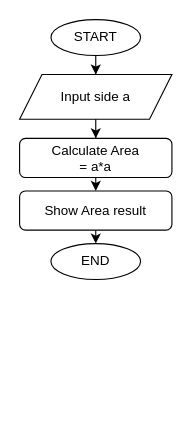
The draw.io diagram DATA STRUCTURE AND  ALGORITHM/1.08 Cost of Fence .drawio in buicaothe/PYTHON, before the edit. Source tidied: cells renumbered, new cells numbered last; positions are measured from the earlier drawing's top-left corner, leaving out a move shared by most shapes. Both pictures are drawn from the tidied source at 112%, with x=0, y=0 at pixel (19, 19).
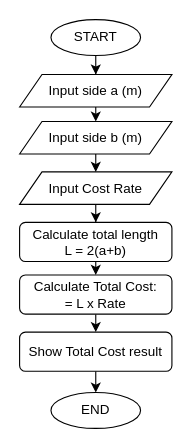
The same diagram, later.

Diff of the diagram source:
```diff
@@
 <mxGraphModel>
   <root>
     <mxCell id="0" />
     <mxCell id="1" parent="0" />
     <mxCell id="2" style="edgeStyle=orthogonalEdgeStyle;rounded=0;jettySize=auto;html=1;entryX=0.5;entryY=0;entryDx=0;entryDy=0;" parent="1" edge="1" source="3" target="5">
       <mxGeometry relative="1" as="geometry" />
     </mxCell>
     <mxCell id="3" value="START" style="ellipse;whiteSpace=wrap;html=1;shapeInside=1;" parent="1" vertex="1">
       <mxGeometry x="28" width="80" height="32" as="geometry" />
     </mxCell>
-    <mxCell id="4" style="edgeStyle=orthogonalEdgeStyle;rounded=0;jettySize=auto;html=1;" parent="1" edge="1" source="5" target="11">
-      <mxGeometry relative="1" as="geometry" />
-    </mxCell>
+    <mxCell id="12" style="edgeStyle=orthogonalEdgeStyle;rounded=0;jettySize=auto;html=1;exitX=0.5;exitY=1;exitDx=0;exitDy=0;entryX=0.5;entryY=0;entryDx=0;entryDy=0;" parent="1" edge="1" source="5" target="14">
+      <mxGeometry relative="1" as="geometry" />
+    </mxCell>
-    <mxCell id="5" value="Input side a" style="shape=parallelogram;perimeter=parallelogramPerimeter;whiteSpace=wrap;html=1;shapeInside=1;fixedSize=1;" parent="1" vertex="1">
-      <mxGeometry y="49" width="136" height="40" as="geometry" />
+    <mxCell id="5" value="Input side a (m)" style="shape=parallelogram;perimeter=parallelogramPerimeter;whiteSpace=wrap;html=1;shapeInside=1;fixedSize=1;" parent="1" vertex="1">
+      <mxGeometry y="49" width="136" height="29" as="geometry" />
     </mxCell>
     <mxCell id="6" style="edgeStyle=orthogonalEdgeStyle;rounded=0;orthogonalLoop=1;jettySize=auto;html=1;innerLoopWaypoints=1;exitX=0.5;exitY=1;exitDx=0;exitDy=0;" parent="1" edge="1">
       <mxGeometry relative="1" as="geometry">
-        <mxPoint x="68" y="94" as="sourcePoint" />
-        <mxPoint x="68" y="94" as="targetPoint" />
+        <mxPoint x="68" y="227" as="sourcePoint" />
+        <mxPoint x="68" y="227" as="targetPoint" />
       </mxGeometry>
     </mxCell>
     <mxCell id="7" style="edgeStyle=orthogonalEdgeStyle;rounded=0;jettySize=auto;html=1;exitX=0.5;exitY=1;exitDx=0;exitDy=0;" parent="1" edge="1" source="8">
       <mxGeometry relative="1" as="geometry">
-        <mxPoint x="68" y="200" as="targetPoint" />
+        <mxPoint x="68" y="333" as="targetPoint" />
       </mxGeometry>
     </mxCell>
-    <mxCell id="8" value="Show Area result" style="rounded=1;whiteSpace=wrap;html=1;" parent="1" vertex="1">
-      <mxGeometry y="153" width="136" height="35" as="geometry" />
+    <mxCell id="8" value="Show Total Cost result" style="rounded=1;whiteSpace=wrap;html=1;" parent="1" vertex="1">
+      <mxGeometry y="279" width="136" height="35" as="geometry" />
     </mxCell>
     <mxCell id="9" value="END" style="ellipse;whiteSpace=wrap;html=1;shapeInside=1;" parent="1" vertex="1">
-      <mxGeometry x="28" y="200" width="80" height="32" as="geometry" />
+      <mxGeometry x="28" y="333" width="80" height="32" as="geometry" />
     </mxCell>
     <mxCell id="10" style="edgeStyle=orthogonalEdgeStyle;rounded=0;jettySize=auto;html=1;exitX=0.5;exitY=1;exitDx=0;exitDy=0;entryX=0.5;entryY=0;entryDx=0;entryDy=0;" parent="1" edge="1" source="11" target="8">
       <mxGeometry relative="1" as="geometry" />
     </mxCell>
-    <mxCell id="11" value="Calculate Area&lt;br&gt;&lt;div&gt;= a*a&lt;/div&gt;" style="rounded=1;whiteSpace=wrap;html=1;" parent="1" vertex="1">
-      <mxGeometry y="106" width="136" height="35" as="geometry" />
+    <mxCell id="11" value="Calculate Total Cost:&lt;div&gt;= L x Rate&lt;/div&gt;" style="rounded=1;whiteSpace=wrap;html=1;" parent="1" vertex="1">
+      <mxGeometry y="228" width="136" height="35" as="geometry" />
     </mxCell>
+    <mxCell id="13" style="edgeStyle=orthogonalEdgeStyle;rounded=0;jettySize=auto;html=1;exitX=0.5;exitY=1;exitDx=0;exitDy=0;entryX=0.5;entryY=0;entryDx=0;entryDy=0;" parent="1" edge="1" source="14" target="16">
+      <mxGeometry relative="1" as="geometry" />
+    </mxCell>
+    <mxCell id="14" value="Input side b (m)" style="shape=parallelogram;perimeter=parallelogramPerimeter;whiteSpace=wrap;html=1;shapeInside=1;fixedSize=1;" parent="1" vertex="1">
+      <mxGeometry y="91" width="136" height="29" as="geometry" />
+    </mxCell>
+    <mxCell id="15" style="edgeStyle=orthogonalEdgeStyle;rounded=0;jettySize=auto;html=1;" parent="1" edge="1" source="16" target="18">
+      <mxGeometry relative="1" as="geometry" />
+    </mxCell>
+    <mxCell id="16" value="Input Cost Rate" style="shape=parallelogram;perimeter=parallelogramPerimeter;whiteSpace=wrap;html=1;shapeInside=1;fixedSize=1;" parent="1" vertex="1">
+      <mxGeometry y="136" width="136" height="29" as="geometry" />
+    </mxCell>
+    <mxCell id="17" style="edgeStyle=orthogonalEdgeStyle;rounded=0;jettySize=auto;html=1;exitX=0.5;exitY=1;exitDx=0;exitDy=0;entryX=0.5;entryY=0;entryDx=0;entryDy=0;" parent="1" edge="1" source="18" target="11">
+      <mxGeometry relative="1" as="geometry" />
+    </mxCell>
+    <mxCell id="18" value="Calculate total length&lt;br&gt;&lt;div&gt;L = 2(a+b)&lt;/div&gt;" style="rounded=1;whiteSpace=wrap;html=1;" parent="1" vertex="1">
+      <mxGeometry y="181" width="136" height="35" as="geometry" />
+    </mxCell>
   </root>
 </mxGraphModel>
```
